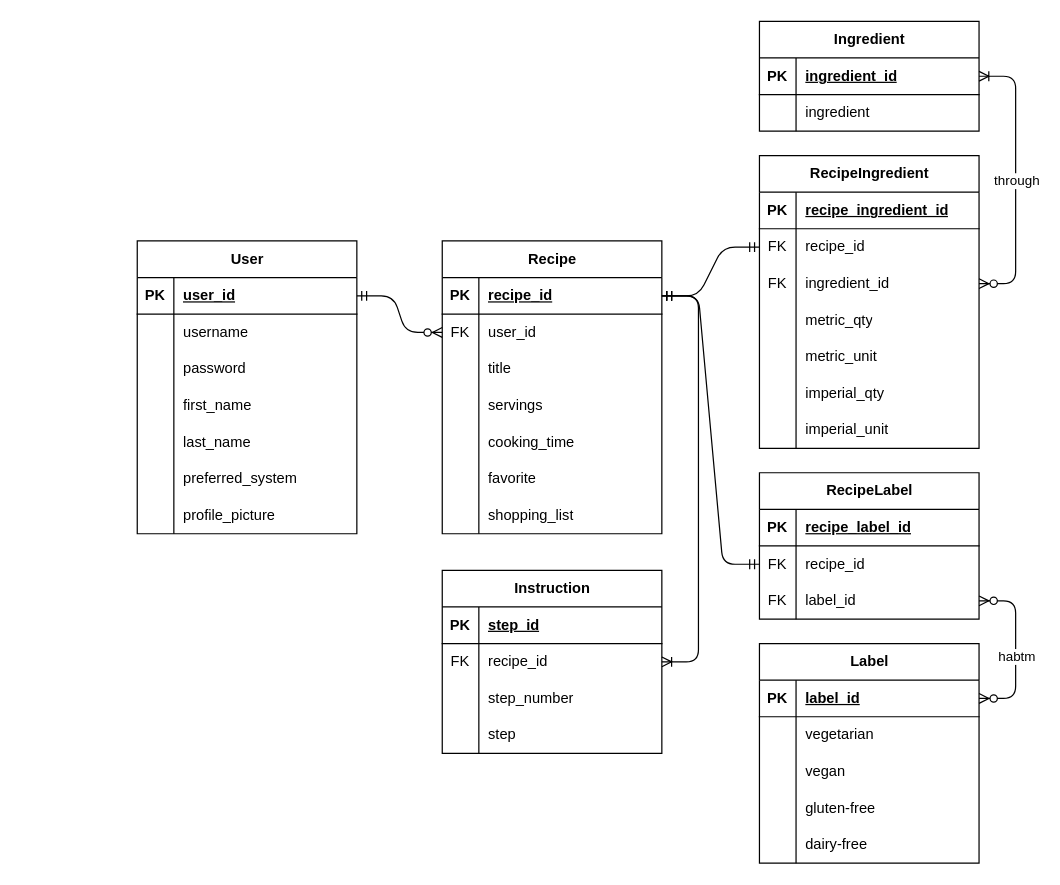
The draw.io diagram schema.drawio in AlineTaylor/recipe-manager-api, before the edit. Source tidied: cells renumbered, new cells numbered last; positions are measured from the earlier drawing's top-left corner, leaving out a move shared by most shapes. Both pictures are drawn from the tidied source at 122%, with x=0, y=0 at pixel (137, 21).
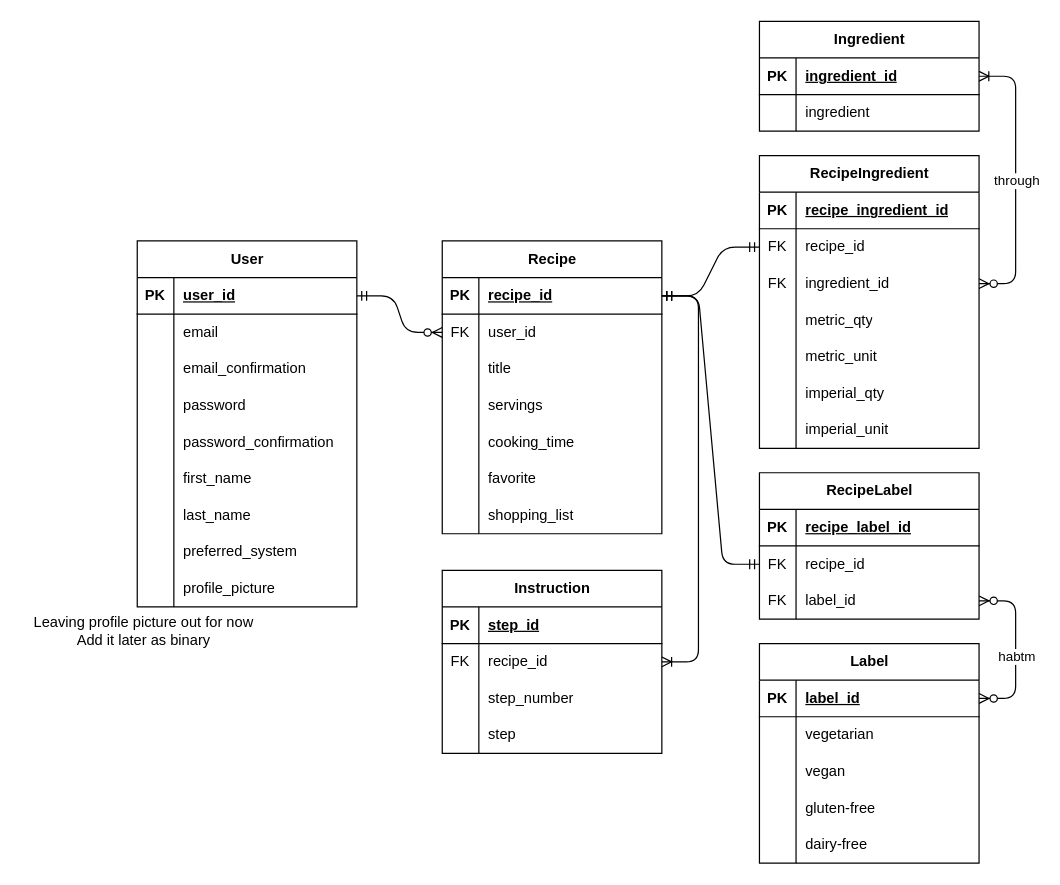
The same diagram, later.

What changed in the source:
```diff
@@
     <mxCell id="2" value="User" style="shape=table;startSize=30;childLayout=tableLayout;rowLines=0;fontStyle=1;align=center;html=1;" parent="1" vertex="1">
-      <mxGeometry y="180" width="180" height="240" as="geometry" />
+      <mxGeometry y="180" width="180" height="300" as="geometry" />
     </mxCell>
@@
+    <mxCell id="122" style="shape=tableRow;horizontal=0;startSize=0;swimlaneHead=0;swimlaneBody=0;fillColor=none;top=0;left=0;right=0;bottom=0;" parent="2" vertex="1">
+      <mxGeometry y="60" width="180" height="30" as="geometry" />
+    </mxCell>
+    <mxCell id="123" style="shape=partialRectangle;fillColor=none;top=0;left=0;bottom=0;right=0;overflow=hidden;whiteSpace=wrap;html=1;" parent="122" vertex="1">
+      <mxGeometry width="30" height="30" as="geometry" />
+    </mxCell>
+    <mxCell id="124" value="email" style="shape=partialRectangle;fillColor=none;top=0;left=0;bottom=0;right=0;align=left;spacingLeft=6;overflow=hidden;whiteSpace=wrap;html=1;" parent="122" vertex="1">
+      <mxGeometry x="30" width="150" height="30" as="geometry" />
+    </mxCell>
     <mxCell id="6" style="shape=tableRow;horizontal=0;startSize=0;swimlaneHead=0;swimlaneBody=0;fillColor=none;top=0;left=0;right=0;bottom=0;" parent="2" vertex="1">
-      <mxGeometry y="60" width="180" height="30" as="geometry" />
+      <mxGeometry y="90" width="180" height="30" as="geometry" />
     </mxCell>
@@
-    <mxCell id="8" value="username" style="shape=partialRectangle;fillColor=none;top=0;left=0;bottom=0;right=0;align=left;spacingLeft=6;overflow=hidden;whiteSpace=wrap;html=1;" parent="6" vertex="1">
+    <mxCell id="8" value="email_confirmation" style="shape=partialRectangle;fillColor=none;top=0;left=0;bottom=0;right=0;align=left;spacingLeft=6;overflow=hidden;whiteSpace=wrap;html=1;" parent="6" vertex="1">
       <mxGeometry x="30" width="150" height="30" as="geometry" />
     </mxCell>
+    <mxCell id="125" style="shape=tableRow;horizontal=0;startSize=0;swimlaneHead=0;swimlaneBody=0;fillColor=none;top=0;left=0;right=0;bottom=0;" parent="2" vertex="1">
+      <mxGeometry y="120" width="180" height="30" as="geometry" />
+    </mxCell>
+    <mxCell id="126" style="shape=partialRectangle;fillColor=none;top=0;left=0;bottom=0;right=0;overflow=hidden;whiteSpace=wrap;html=1;" parent="125" vertex="1">
+      <mxGeometry width="30" height="30" as="geometry" />
+    </mxCell>
+    <mxCell id="127" value="password" style="shape=partialRectangle;fillColor=none;top=0;left=0;bottom=0;right=0;align=left;spacingLeft=6;overflow=hidden;whiteSpace=wrap;html=1;" parent="125" vertex="1">
+      <mxGeometry x="30" width="150" height="30" as="geometry" />
+    </mxCell>
     <mxCell id="9" style="shape=tableRow;horizontal=0;startSize=0;swimlaneHead=0;swimlaneBody=0;fillColor=none;top=0;left=0;right=0;bottom=0;" parent="2" vertex="1">
-      <mxGeometry y="90" width="180" height="30" as="geometry" />
+      <mxGeometry y="150" width="180" height="30" as="geometry" />
     </mxCell>
@@
-    <mxCell id="11" value="password" style="shape=partialRectangle;fillColor=none;top=0;left=0;bottom=0;right=0;align=left;spacingLeft=6;overflow=hidden;whiteSpace=wrap;html=1;" parent="9" vertex="1">
+    <mxCell id="11" value="password_confirmation" style="shape=partialRectangle;fillColor=none;top=0;left=0;bottom=0;right=0;align=left;spacingLeft=6;overflow=hidden;whiteSpace=wrap;html=1;" parent="9" vertex="1">
       <mxGeometry x="30" width="150" height="30" as="geometry" />
     </mxCell>
     <mxCell id="12" style="shape=tableRow;horizontal=0;startSize=0;swimlaneHead=0;swimlaneBody=0;fillColor=none;top=0;left=0;right=0;bottom=0;" parent="2" vertex="1">
-      <mxGeometry y="120" width="180" height="30" as="geometry" />
+      <mxGeometry y="180" width="180" height="30" as="geometry" />
     </mxCell>
@@
     <mxCell id="15" style="shape=tableRow;horizontal=0;startSize=0;swimlaneHead=0;swimlaneBody=0;fillColor=none;top=0;left=0;right=0;bottom=0;" parent="2" vertex="1">
-      <mxGeometry y="150" width="180" height="30" as="geometry" />
+      <mxGeometry y="210" width="180" height="30" as="geometry" />
     </mxCell>
@@
     <mxCell id="18" style="shape=tableRow;horizontal=0;startSize=0;swimlaneHead=0;swimlaneBody=0;fillColor=none;top=0;left=0;right=0;bottom=0;" parent="2" vertex="1">
-      <mxGeometry y="180" width="180" height="30" as="geometry" />
+      <mxGeometry y="240" width="180" height="30" as="geometry" />
     </mxCell>
@@
     <mxCell id="21" style="shape=tableRow;horizontal=0;startSize=0;swimlaneHead=0;swimlaneBody=0;fillColor=none;top=0;left=0;right=0;bottom=0;" parent="2" vertex="1">
-      <mxGeometry y="210" width="180" height="30" as="geometry" />
+      <mxGeometry y="270" width="180" height="30" as="geometry" />
     </mxCell>
@@
+    <mxCell id="128" value="Leaving profile picture out for now&lt;div&gt;Add it later as binary&lt;/div&gt;" style="text;html=1;align=center;verticalAlign=middle;strokeColor=none;fillColor=none;" parent="1" vertex="1">
+      <mxGeometry x="-95" y="480" width="200" height="40" as="geometry" />
+    </mxCell>
```
